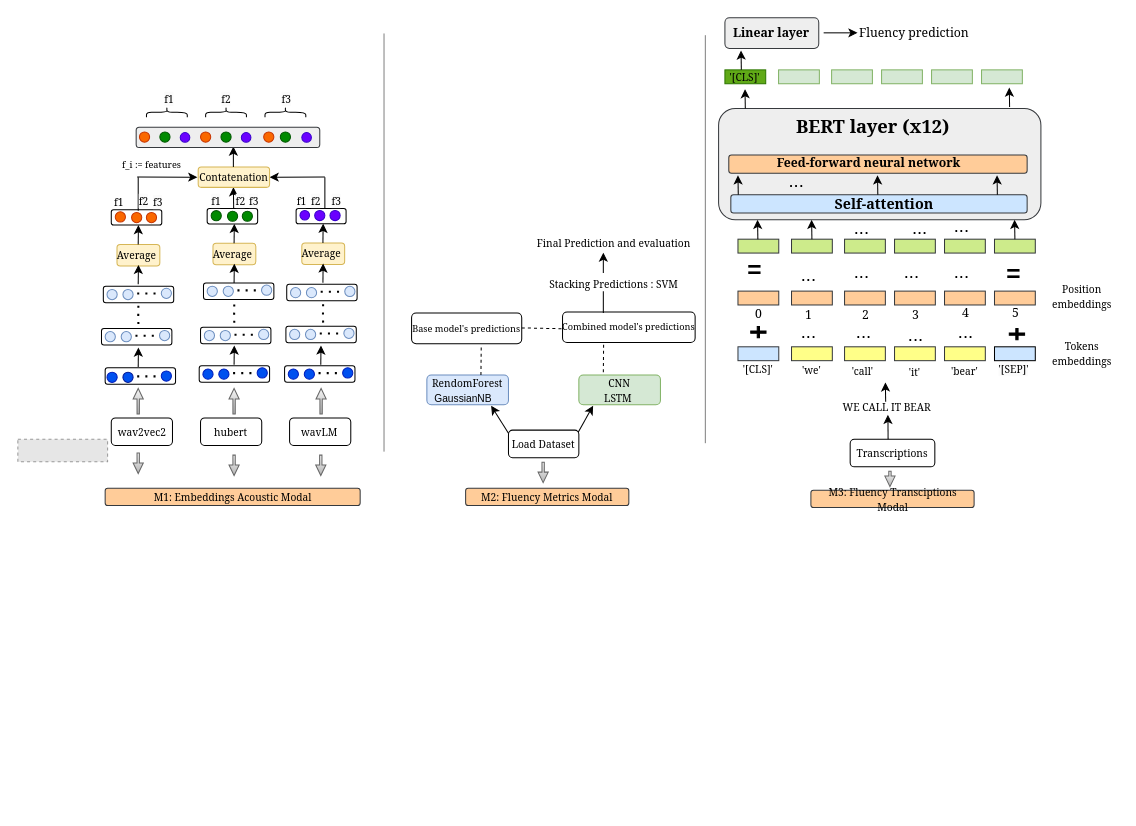
The draw.io diagram Trimodal_Fluency_sslmodel.drawio in papasega/Applied-Deep-Learning, before the edit. Source tidied: cells renumbered, new cells numbered last; positions are measured from the earlier drawing's top-left corner, leaving out a move shared by most shapes. Both pictures are drawn from the tidied source at 102%, with x=0, y=0 at pixel (17, 17). Pictures stored in the file or linked from it are replaced by grey dashed boxes.
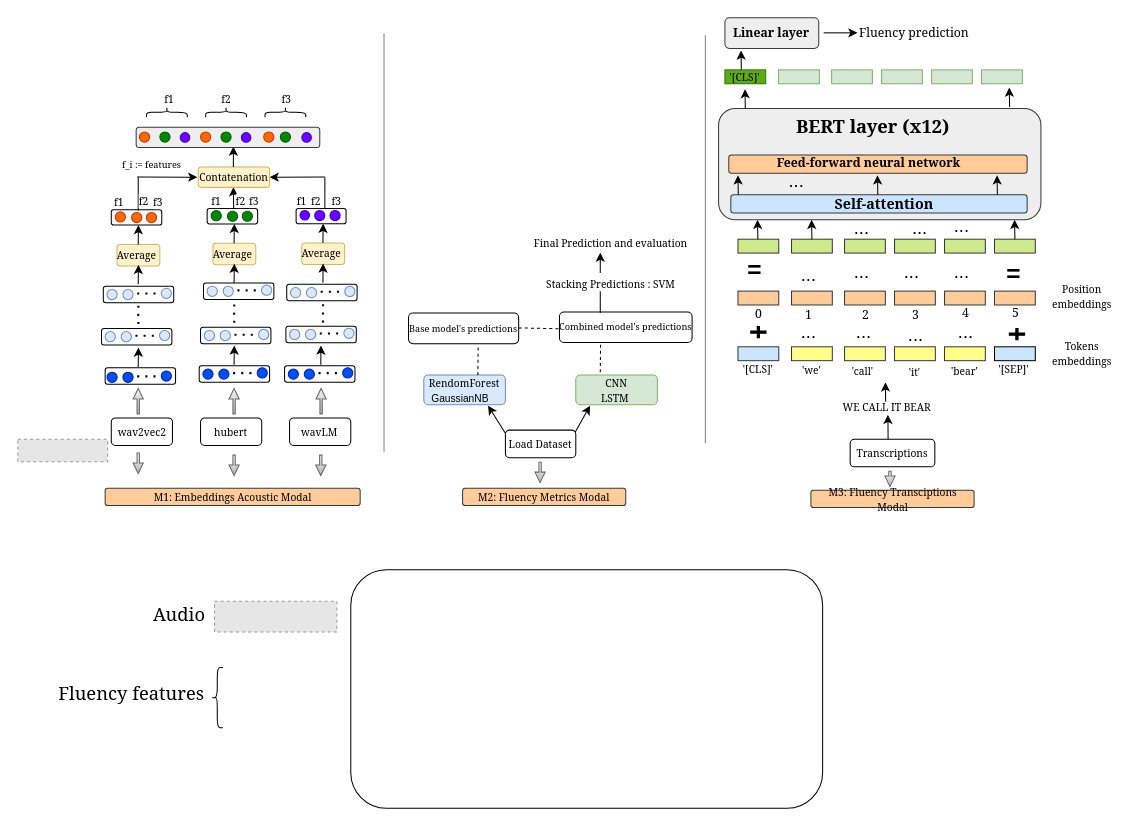
The same diagram, later.

Commit message (it also covers changes not shown here):
Mettre à jour Trimodal_Fluency_sslmodel.drawio

The edit, as a diff of the source:
```diff
@@
     <mxCell id="118" value="&lt;font style=&quot;font-size: 10px;&quot; face=&quot;Georgia&quot;&gt;M2: Fluency Metrics Modal&lt;/font&gt;" style="rounded=1;whiteSpace=wrap;html=1;fillColor=#ffcc99;strokeColor=#36393d;" parent="1" vertex="1">
-      <mxGeometry x="439" y="461.2" width="160" height="17" as="geometry" />
+      <mxGeometry x="436" y="461.2" width="160" height="17" as="geometry" />
     </mxCell>
@@
     <mxCell id="120" value="&lt;font face=&quot;Georgia&quot;&gt;&lt;span style=&quot;font-size: 10px;&quot;&gt;Load Dataset&lt;/span&gt;&lt;/font&gt;" style="rounded=1;whiteSpace=wrap;html=1;" parent="1" vertex="1">
-      <mxGeometry x="481" y="404.2" width="69" height="27" as="geometry" />
+      <mxGeometry x="478" y="404.2" width="69" height="27" as="geometry" />
     </mxCell>
     <mxCell id="121" style="shape=flexArrow;endArrow=classic;html=1;rounded=0;startSize=2;endSize=3.108571428571429;targetPerimeterSpacing=0;sourcePerimeterSpacing=0;strokeWidth=1;fillColor=#f5f5f5;width=2.2857142857142856;endWidth=6.6938775510204085;strokeColor=#666666;gradientColor=#b3b3b3;" parent="1" edge="1">
       <mxGeometry relative="1" as="geometry">
-        <mxPoint x="515" y="435.2" as="sourcePoint" />
-        <mxPoint x="515" y="456.2" as="targetPoint" />
+        <mxPoint x="512" y="435.2" as="sourcePoint" />
+        <mxPoint x="512" y="456.2" as="targetPoint" />
       </mxGeometry>
     </mxCell>
     <mxCell id="122" value="&lt;font face=&quot;Georgia&quot; style=&quot;font-size: 10px;&quot;&gt;RendomForest&lt;/font&gt;&lt;div&gt;&lt;font style=&quot;font-size: 10px;&quot; face=&quot;hNbSaea994QthrHnAMuy&quot;&gt;GaussianNB&amp;nbsp;&amp;nbsp;&lt;/font&gt;&lt;span style=&quot;font-size: 10px; font-family: hNbSaea994QthrHnAMuy; background-color: initial;&quot;&gt;&amp;nbsp;&lt;/span&gt;&lt;/div&gt;" style="rounded=1;whiteSpace=wrap;html=1;fillColor=#dae8fc;strokeColor=#6c8ebf;" parent="1" vertex="1">
-      <mxGeometry x="401" y="350.2" width="80" height="29.1" as="geometry" />
+      <mxGeometry x="398" y="350.2" width="80" height="29.1" as="geometry" />
     </mxCell>
     <mxCell id="123" style="endArrow=classic;html=1;rounded=0;" parent="1" edge="1">
       <mxGeometry relative="1" as="geometry">
-        <mxPoint x="481" y="407.2" as="sourcePoint" />
-        <mxPoint x="464" y="380.2" as="targetPoint" />
+        <mxPoint x="478" y="407.2" as="sourcePoint" />
+        <mxPoint x="461" y="380.2" as="targetPoint" />
       </mxGeometry>
     </mxCell>
     <mxCell id="124" style="endArrow=classic;html=1;rounded=0;" parent="1" edge="1">
       <mxGeometry relative="1" as="geometry">
-        <mxPoint x="549.4" y="406.2" as="sourcePoint" />
-        <mxPoint x="564" y="380.2" as="targetPoint" />
+        <mxPoint x="546.4" y="406.2" as="sourcePoint" />
+        <mxPoint x="561" y="380.2" as="targetPoint" />
       </mxGeometry>
     </mxCell>
     <mxCell id="125" value="&lt;font face=&quot;Georgia&quot;&gt;&lt;span style=&quot;font-size: 10px;&quot;&gt;CNN&lt;/span&gt;&lt;/font&gt;&lt;div&gt;&lt;font face=&quot;Georgia&quot;&gt;&lt;span style=&quot;font-size: 10px;&quot;&gt;LSTM&amp;nbsp;&lt;/span&gt;&lt;/font&gt;&lt;/div&gt;" style="rounded=1;whiteSpace=wrap;html=1;fillColor=#d5e8d4;strokeColor=#82b366;" parent="1" vertex="1">
-      <mxGeometry x="550" y="350.2" width="80" height="29.1" as="geometry" />
+      <mxGeometry x="547" y="350.2" width="80" height="29.1" as="geometry" />
     </mxCell>
     <mxCell id="126" style="endArrow=none;dashed=1;html=1;rounded=0;" parent="1" edge="1">
       <mxGeometry relative="1" as="geometry">
-        <mxPoint x="454" y="350.2" as="sourcePoint" />
-        <mxPoint x="454.3" y="321.1" as="targetPoint" />
+        <mxPoint x="451" y="350.2" as="sourcePoint" />
+        <mxPoint x="451.3" y="321.1" as="targetPoint" />
       </mxGeometry>
     </mxCell>
     <mxCell id="127" value="&lt;span style=&quot;font-family: Georgia; font-size: 9px; text-wrap: nowrap;&quot;&gt;Base model's predictions&lt;/span&gt;" style="rounded=1;whiteSpace=wrap;html=1;" parent="1" vertex="1">
-      <mxGeometry x="386" y="289.4" width="108" height="30" as="geometry" />
+      <mxGeometry x="383" y="289.4" width="108" height="30" as="geometry" />
     </mxCell>
     <mxCell id="128" value="&lt;span style=&quot;font-family: Georgia; font-size: 9px; text-wrap: nowrap;&quot;&gt;Combined model's predictions&lt;/span&gt;" style="rounded=1;whiteSpace=wrap;html=1;" parent="1" vertex="1">
-      <mxGeometry x="534" y="288.3" width="130" height="30" as="geometry" />
+      <mxGeometry x="531" y="288.3" width="130" height="30" as="geometry" />
     </mxCell>
     <mxCell id="129" style="endArrow=none;dashed=1;html=1;rounded=0;" parent="1" edge="1">
       <mxGeometry relative="1" as="geometry">
-        <mxPoint x="574" y="347.4" as="sourcePoint" />
-        <mxPoint x="574.3" y="318.3" as="targetPoint" />
+        <mxPoint x="571" y="347.4" as="sourcePoint" />
+        <mxPoint x="571.3" y="318.3" as="targetPoint" />
       </mxGeometry>
     </mxCell>
     <mxCell id="130" style="endArrow=none;dashed=1;html=1;rounded=0;" parent="1" edge="1">
       <mxGeometry relative="1" as="geometry">
-        <mxPoint x="494" y="304" as="sourcePoint" />
-        <mxPoint x="534" y="304.8" as="targetPoint" />
+        <mxPoint x="491" y="304" as="sourcePoint" />
+        <mxPoint x="531" y="304.8" as="targetPoint" />
       </mxGeometry>
     </mxCell>
     <mxCell id="131" style="endArrow=classic;html=1;rounded=0;" parent="1" edge="1">
       <mxGeometry relative="1" as="geometry">
-        <mxPoint x="574" y="250.2" as="sourcePoint" />
-        <mxPoint x="574" y="230.2" as="targetPoint" />
+        <mxPoint x="571" y="250.2" as="sourcePoint" />
+        <mxPoint x="571" y="230.2" as="targetPoint" />
       </mxGeometry>
     </mxCell>
     <mxCell id="132" value="&lt;font face=&quot;Georgia&quot; style=&quot;font-size: 10px;&quot;&gt;Stacking Predictions : SVM&lt;/font&gt;" style="text;html=1;align=center;verticalAlign=middle;strokeColor=none;fillColor=none;" parent="1" vertex="1">
-      <mxGeometry x="514" y="245.8" width="140" height="30" as="geometry" />
+      <mxGeometry x="511" y="245.8" width="140" height="30" as="geometry" />
     </mxCell>
     <mxCell id="133" style="endArrow=none;html=1;rounded=0;" parent="1" edge="1">
       <mxGeometry relative="1" as="geometry">
-        <mxPoint x="574" y="289.4" as="sourcePoint" />
-        <mxPoint x="574" y="268.1" as="targetPoint" />
+        <mxPoint x="571" y="289.4" as="sourcePoint" />
+        <mxPoint x="571" y="268.1" as="targetPoint" />
       </mxGeometry>
     </mxCell>
     <mxCell id="134" value="&lt;font face=&quot;Georgia&quot; style=&quot;font-size: 10px;&quot;&gt;Final Prediction and evaluation&lt;/font&gt;" style="text;html=1;align=center;verticalAlign=middle;strokeColor=none;fillColor=none;" parent="1" vertex="1">
-      <mxGeometry x="504" y="206" width="160" height="30" as="geometry" />
+      <mxGeometry x="501" y="206" width="160" height="30" as="geometry" />
     </mxCell>
@@
+    <mxCell id="215" style="rounded=1;whiteSpace=wrap;html=1;" parent="1" vertex="1">
+      <mxGeometry x="326.4" y="541" width="462.6" height="234" as="geometry" />
+    </mxCell>
+    <mxCell id="216" style="fillColor=#E6E6E6;strokeColor=#999999;dashed=1;verticalLabelPosition=bottom;labelBackgroundColor=default;verticalAlign=top;" parent="1" vertex="1">
+      <mxGeometry x="192.8" y="572" width="120" height="30" as="geometry" />
+    </mxCell>
+    <mxCell id="217" value="&lt;font style=&quot;font-size: 18px;&quot; face=&quot;Georgia&quot;&gt;Audio&lt;/font&gt;" style="text;html=1;align=center;verticalAlign=middle;strokeColor=none;fillColor=none;" parent="1" vertex="1">
+      <mxGeometry x="125.3" y="568" width="66" height="34" as="geometry" />
+    </mxCell>
+    <mxCell id="218" value="&lt;font style=&quot;font-size: 18px;&quot; face=&quot;Georgia&quot;&gt;Fluency features&lt;/font&gt;" style="text;html=1;align=center;verticalAlign=middle;strokeColor=none;fillColor=none;" parent="1" vertex="1">
+      <mxGeometry x="36.6" y="645" width="149" height="34" as="geometry" />
+    </mxCell>
+    <mxCell id="219" style="shape=curlyBracket;whiteSpace=wrap;html=1;rounded=1;labelPosition=left;verticalLabelPosition=middle;align=right;verticalAlign=middle;" parent="1" vertex="1">
+      <mxGeometry x="190" y="637" width="11" height="59" as="geometry" />
+    </mxCell>
```
